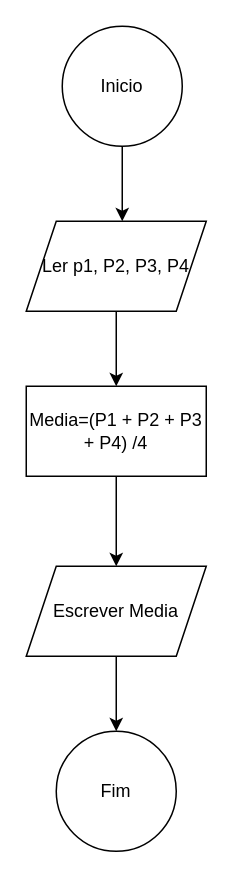
Above: Fluxograma 1.drawio in Kinner25/Fluxogramas (draw.io), before the change. Source tidied: cells renumbered, new cells numbered last; positions are measured from the earlier drawing's top-left corner, leaving out a move shared by most shapes. Both pictures are drawn from the tidied source at 150%, with x=0, y=0 at pixel (26, 26).
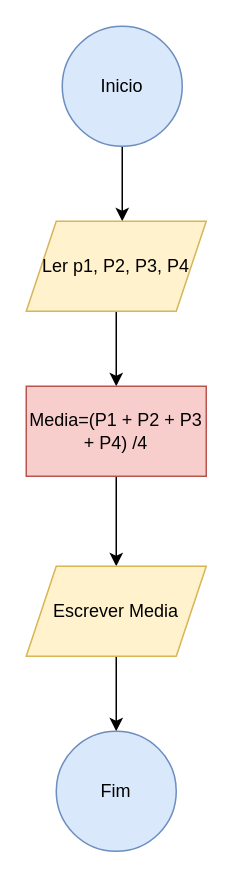
The same page after the edit.

Diff of the diagram source:
```diff
@@
 <mxGraphModel>
   <root>
     <mxCell id="0" />
     <mxCell id="1" parent="0" />
     <mxCell id="2" style="edgeStyle=orthogonalEdgeStyle;rounded=0;jettySize=auto;html=1;" parent="1" edge="1" source="3" target="5">
       <mxGeometry relative="1" as="geometry">
         <Array as="points">
           <mxPoint x="64" y="110" />
           <mxPoint x="64" y="110" />
         </Array>
       </mxGeometry>
     </mxCell>
-    <mxCell id="3" value="Inicio" style="ellipse;whiteSpace=wrap;html=1;shapeInside=1;" parent="1" vertex="1">
+    <mxCell id="3" value="Inicio" style="ellipse;whiteSpace=wrap;html=1;shapeInside=1;fillColor=#dae8fc;strokeColor=#6c8ebf;" parent="1" vertex="1">
       <mxGeometry x="24" width="80" height="80" as="geometry" />
     </mxCell>
     <mxCell id="4" style="edgeStyle=orthogonalEdgeStyle;rounded=0;jettySize=auto;html=1;" parent="1" edge="1" source="5" target="7">
       <mxGeometry relative="1" as="geometry" />
     </mxCell>
-    <mxCell id="5" value="Ler p1, P2, P3, P4" style="shape=parallelogram;perimeter=parallelogramPerimeter;whiteSpace=wrap;html=1;shapeInside=1;fixedSize=1;" parent="1" vertex="1">
+    <mxCell id="5" value="Ler p1, P2, P3, P4" style="shape=parallelogram;perimeter=parallelogramPerimeter;whiteSpace=wrap;html=1;shapeInside=1;fixedSize=1;fillColor=#fff2cc;strokeColor=#d6b656;" parent="1" vertex="1">
       <mxGeometry y="130" width="120" height="60" as="geometry" />
     </mxCell>
     <mxCell id="6" style="edgeStyle=orthogonalEdgeStyle;rounded=0;jettySize=auto;html=1;" parent="1" edge="1" source="7" target="9">
       <mxGeometry relative="1" as="geometry" />
     </mxCell>
-    <mxCell id="7" value="Media=(P1 + P2 + P3 + P4) /4" style="rounded=0;whiteSpace=wrap;html=1;" parent="1" vertex="1">
+    <mxCell id="7" value="Media=(P1 + P2 + P3 + P4) /4" style="rounded=0;whiteSpace=wrap;html=1;fillColor=#f8cecc;strokeColor=#b85450;" parent="1" vertex="1">
       <mxGeometry y="240" width="120" height="60" as="geometry" />
     </mxCell>
     <mxCell id="8" style="edgeStyle=orthogonalEdgeStyle;rounded=0;jettySize=auto;html=1;" parent="1" edge="1" source="9" target="10">
       <mxGeometry relative="1" as="geometry" />
     </mxCell>
-    <mxCell id="9" value="Escrever Media" style="shape=parallelogram;perimeter=parallelogramPerimeter;whiteSpace=wrap;html=1;shapeInside=1;fixedSize=1;" parent="1" vertex="1">
+    <mxCell id="9" value="Escrever Media" style="shape=parallelogram;perimeter=parallelogramPerimeter;whiteSpace=wrap;html=1;shapeInside=1;fixedSize=1;fillColor=#fff2cc;strokeColor=#d6b656;" parent="1" vertex="1">
       <mxGeometry y="360" width="120" height="60" as="geometry" />
     </mxCell>
-    <mxCell id="10" value="Fim" style="ellipse;whiteSpace=wrap;html=1;shapeInside=1;" parent="1" vertex="1">
+    <mxCell id="10" value="Fim" style="ellipse;whiteSpace=wrap;html=1;shapeInside=1;fillColor=#dae8fc;strokeColor=#6c8ebf;" parent="1" vertex="1">
       <mxGeometry x="20" y="470" width="80" height="80" as="geometry" />
     </mxCell>
   </root>
 </mxGraphModel>
```
